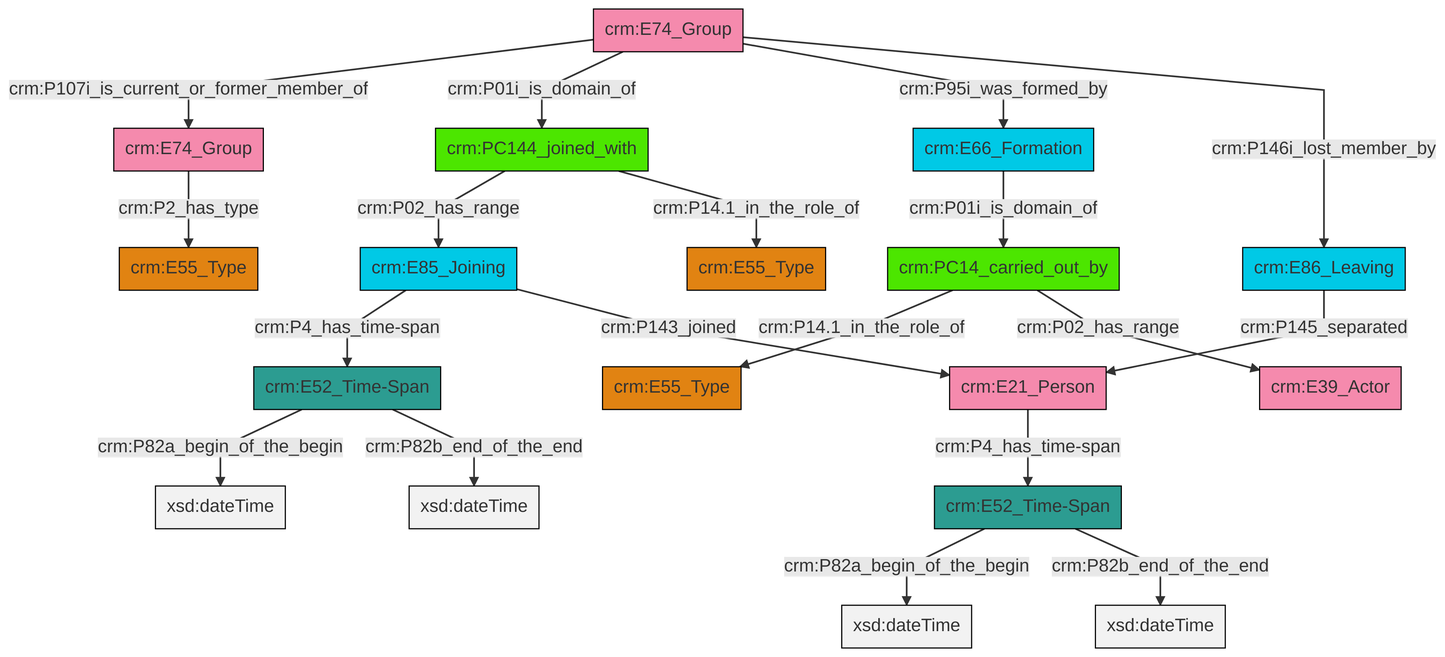
This is et/groupCSV/ttl/mmd/png/group_actor_relations.png from swiss-art-research-net/docs.swissartresearch, a Mermaid export, as it was before one commit. Its source is kept beside it as et/groupCSV/ttl/mmd/group_actor_relations.ttl.mmd.
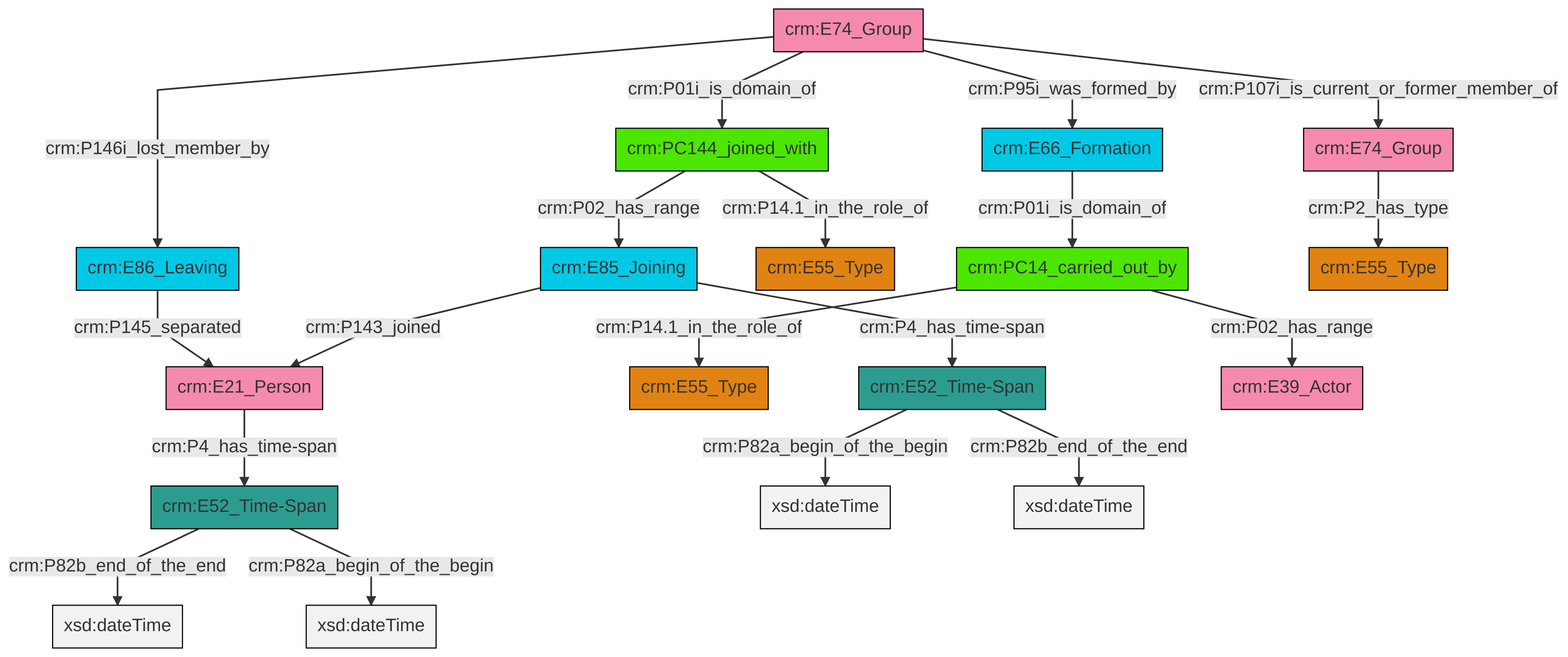
After the change.

Change to the diagram source:
```diff
@@ -13,21 +13,21 @@
 classDef PC_Classes fill:#4ce600, stroke:#000000;
 classDef Multi fill:#cccccc,stroke:#000000;
 
-4["crm:E74_Group"]:::Actor -->|crm:P2_has_type| 5["crm:E55_Type"]:::Type
-8["crm:E52_Time-Span"]:::Time-Span -->|crm:P82a_begin_of_the_begin| 9[xsd:dateTime]:::Literal
-10["crm:PC144_joined_with"]:::PC_Classes -->|crm:P02_has_range| 11["crm:E85_Joining"]:::Temporal_Entity
-12["crm:E52_Time-Span"]:::Time-Span -->|crm:P82a_begin_of_the_begin| 13[xsd:dateTime]:::Literal
-6["crm:PC14_carried_out_by"]:::PC_Classes -->|crm:P14.1_in_the_role_of| 2["crm:E55_Type"]:::Type
-11["crm:E85_Joining"]:::Temporal_Entity -->|crm:P4_has_time-span| 8["crm:E52_Time-Span"]:::Time-Span
-19["crm:E86_Leaving"]:::Temporal_Entity -->|crm:P145_separated| 20["crm:E21_Person"]:::Actor
-8["crm:E52_Time-Span"]:::Time-Span -->|crm:P82b_end_of_the_end| 22[xsd:dateTime]:::Literal
-23["crm:E74_Group"]:::Actor -->|crm:P107i_is_current_or_former_member_of| 4["crm:E74_Group"]:::Actor
-20["crm:E21_Person"]:::Actor -->|crm:P4_has_time-span| 12["crm:E52_Time-Span"]:::Time-Span
-10["crm:PC144_joined_with"]:::PC_Classes -->|crm:P14.1_in_the_role_of| 25["crm:E55_Type"]:::Type
-23["crm:E74_Group"]:::Actor -->|crm:P01i_is_domain_of| 10["crm:PC144_joined_with"]:::PC_Classes
-23["crm:E74_Group"]:::Actor -->|crm:P95i_was_formed_by| 14["crm:E66_Formation"]:::Temporal_Entity
-14["crm:E66_Formation"]:::Temporal_Entity -->|crm:P01i_is_domain_of| 6["crm:PC14_carried_out_by"]:::PC_Classes
-11["crm:E85_Joining"]:::Temporal_Entity -->|crm:P143_joined| 20["crm:E21_Person"]:::Actor
-12["crm:E52_Time-Span"]:::Time-Span -->|crm:P82b_end_of_the_end| 29[xsd:dateTime]:::Literal
-23["crm:E74_Group"]:::Actor -->|crm:P146i_lost_member_by| 19["crm:E86_Leaving"]:::Temporal_Entity
-6["crm:PC14_carried_out_by"]:::PC_Classes -->|crm:P02_has_range| 0["crm:E39_Actor"]:::Actor
+2["crm:E85_Joining"]:::Temporal_Entity -->|crm:P4_has_time-span| 3["crm:E52_Time-Span"]:::Time-Span
+3["crm:E52_Time-Span"]:::Time-Span -->|crm:P82a_begin_of_the_begin| 4[xsd:dateTime]:::Literal
+7["crm:E66_Formation"]:::Temporal_Entity -->|crm:P01i_is_domain_of| 8["crm:PC14_carried_out_by"]:::PC_Classes
+16["crm:E86_Leaving"]:::Temporal_Entity -->|crm:P145_separated| 17["crm:E21_Person"]:::Actor
+8["crm:PC14_carried_out_by"]:::PC_Classes -->|crm:P14.1_in_the_role_of| 5["crm:E55_Type"]:::Type
+12["crm:E74_Group"]:::Actor -->|crm:P146i_lost_member_by| 16["crm:E86_Leaving"]:::Temporal_Entity
+12["crm:E74_Group"]:::Actor -->|crm:P107i_is_current_or_former_member_of| 24["crm:E74_Group"]:::Actor
+0["crm:E52_Time-Span"]:::Time-Span -->|crm:P82b_end_of_the_end| 29[xsd:dateTime]:::Literal
+12["crm:E74_Group"]:::Actor -->|crm:P01i_is_domain_of| 10["crm:PC144_joined_with"]:::PC_Classes
+8["crm:PC14_carried_out_by"]:::PC_Classes -->|crm:P02_has_range| 18["crm:E39_Actor"]:::Actor
+10["crm:PC144_joined_with"]:::PC_Classes -->|crm:P02_has_range| 2["crm:E85_Joining"]:::Temporal_Entity
+12["crm:E74_Group"]:::Actor -->|crm:P95i_was_formed_by| 7["crm:E66_Formation"]:::Temporal_Entity
+3["crm:E52_Time-Span"]:::Time-Span -->|crm:P82b_end_of_the_end| 32[xsd:dateTime]:::Literal
+17["crm:E21_Person"]:::Actor -->|crm:P4_has_time-span| 0["crm:E52_Time-Span"]:::Time-Span
+24["crm:E74_Group"]:::Actor -->|crm:P2_has_type| 21["crm:E55_Type"]:::Type
+0["crm:E52_Time-Span"]:::Time-Span -->|crm:P82a_begin_of_the_begin| 34[xsd:dateTime]:::Literal
+2["crm:E85_Joining"]:::Temporal_Entity -->|crm:P143_joined| 17["crm:E21_Person"]:::Actor
+10["crm:PC144_joined_with"]:::PC_Classes -->|crm:P14.1_in_the_role_of| 14["crm:E55_Type"]:::Type
```
